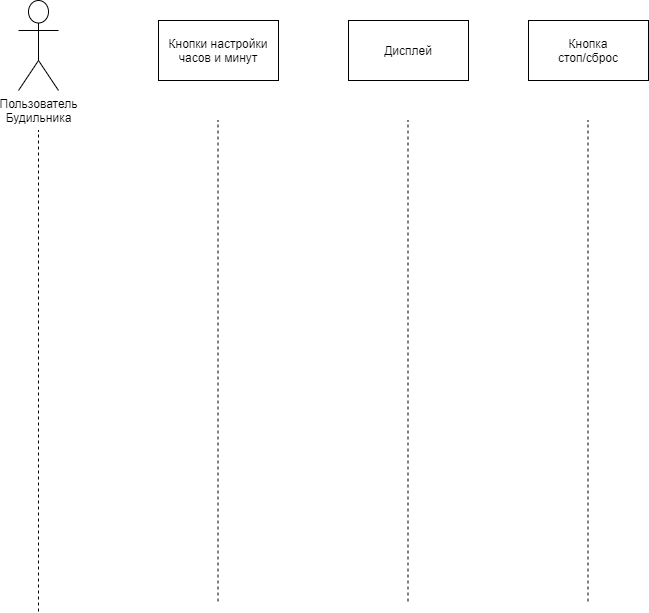
Earlier version of the draw.io export Диаграмма Последовательностей.png (krimberg/Alarm-clock). Source tidied: cells renumbered, new cells last; positions are measured from the earlier drawing's top-left corner, leaving out a move shared by most shapes. Its diagram source:
```xml
<mxGraphModel>
  <root>
    <mxCell id="0" />
    <mxCell id="1" parent="0" />
    <mxCell id="2" value="Пользователь&lt;br&gt;Будильника&lt;br&gt;" style="shape=umlActor;verticalLabelPosition=bottom;verticalAlign=top;html=1;" parent="1" vertex="1">
      <mxGeometry width="40" height="90" as="geometry" />
    </mxCell>
    <mxCell id="3" value="Кнопки настройки&lt;br&gt;часов и минут" style="rounded=0;whiteSpace=wrap;html=1;" parent="1" vertex="1">
      <mxGeometry x="140" y="20" width="120" height="60" as="geometry" />
    </mxCell>
    <mxCell id="4" value="Дисплей" style="rounded=0;whiteSpace=wrap;html=1;" parent="1" vertex="1">
      <mxGeometry x="330" y="20" width="120" height="60" as="geometry" />
    </mxCell>
    <mxCell id="5" value="Кнопка&lt;br&gt;стоп/сброс" style="rounded=0;whiteSpace=wrap;html=1;" parent="1" vertex="1">
      <mxGeometry x="510" y="20" width="120" height="60" as="geometry" />
    </mxCell>
    <mxCell id="6" style="endArrow=none;dashed=1;html=1;" parent="1" edge="1">
      <mxGeometry relative="1" as="geometry">
        <mxPoint x="20" y="611" as="sourcePoint" />
        <mxPoint x="20" y="130" as="targetPoint" />
      </mxGeometry>
    </mxCell>
    <mxCell id="7" style="endArrow=none;dashed=1;html=1;" parent="1" edge="1">
      <mxGeometry relative="1" as="geometry">
        <mxPoint x="569.5" y="601" as="sourcePoint" />
        <mxPoint x="569.5" y="120" as="targetPoint" />
      </mxGeometry>
    </mxCell>
    <mxCell id="8" style="endArrow=none;dashed=1;html=1;" parent="1" edge="1">
      <mxGeometry relative="1" as="geometry">
        <mxPoint x="389.5" y="601" as="sourcePoint" />
        <mxPoint x="389.5" y="120" as="targetPoint" />
      </mxGeometry>
    </mxCell>
    <mxCell id="9" style="endArrow=none;dashed=1;html=1;" parent="1" edge="1">
      <mxGeometry relative="1" as="geometry">
        <mxPoint x="199.5" y="601" as="sourcePoint" />
        <mxPoint x="199.5" y="120" as="targetPoint" />
      </mxGeometry>
    </mxCell>
  </root>
</mxGraphModel>
```
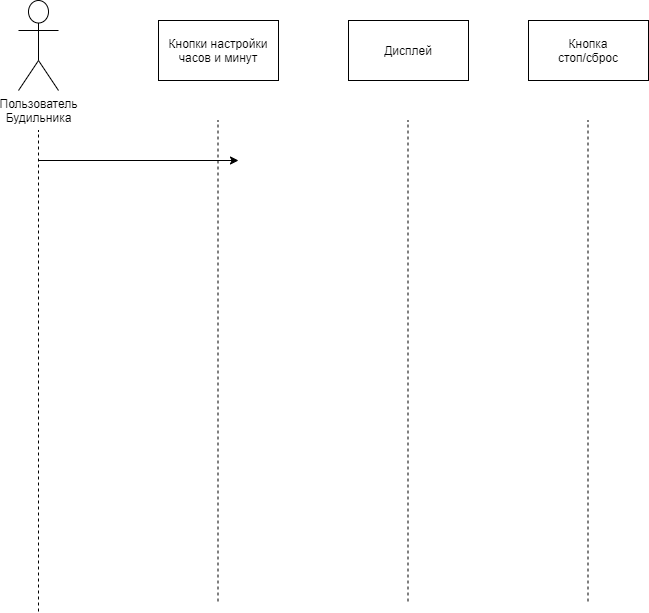
After the commit.

Change to the diagram source:
```diff
@@ -38,5 +38,11 @@
         <mxPoint x="199.5" y="120" as="targetPoint" />
       </mxGeometry>
     </mxCell>
+    <mxCell id="10" style="endArrow=classic;html=1;" parent="1" edge="1">
+      <mxGeometry relative="1" as="geometry">
+        <mxPoint x="20" y="160" as="sourcePoint" />
+        <mxPoint x="220" y="160" as="targetPoint" />
+      </mxGeometry>
+    </mxCell>
   </root>
 </mxGraphModel>
```
